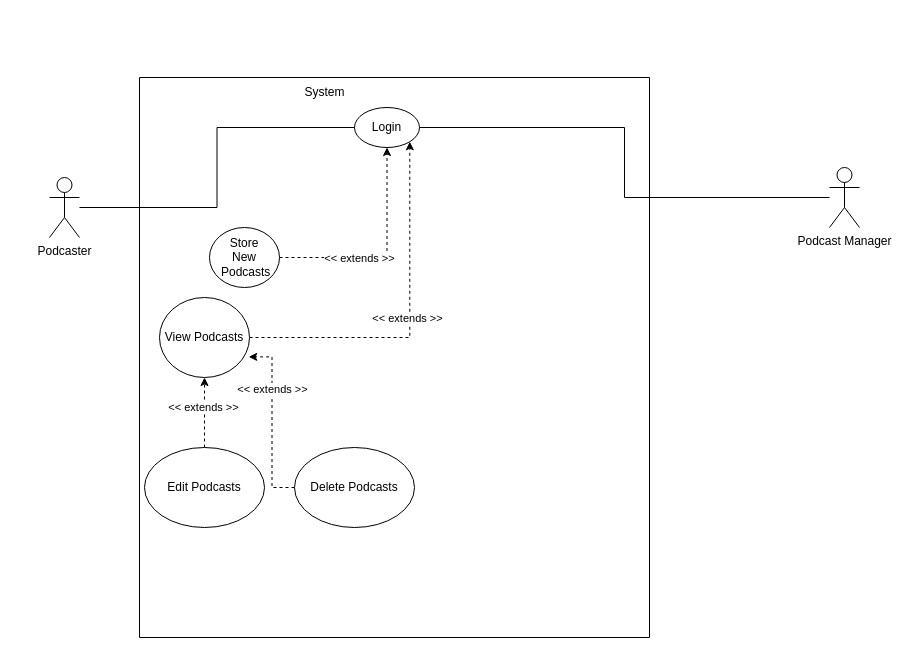
This is use-case-diagram.drawio from Glizzus/COMP-3700, a draw.io file, before an edit. Source tidied: cells renumbered, new cells numbered last; positions are measured from the earlier drawing's top-left corner, leaving out a move shared by most shapes. Both pictures are drawn from the tidied source at 100%, with x=0, y=0 at pixel (49, 77).
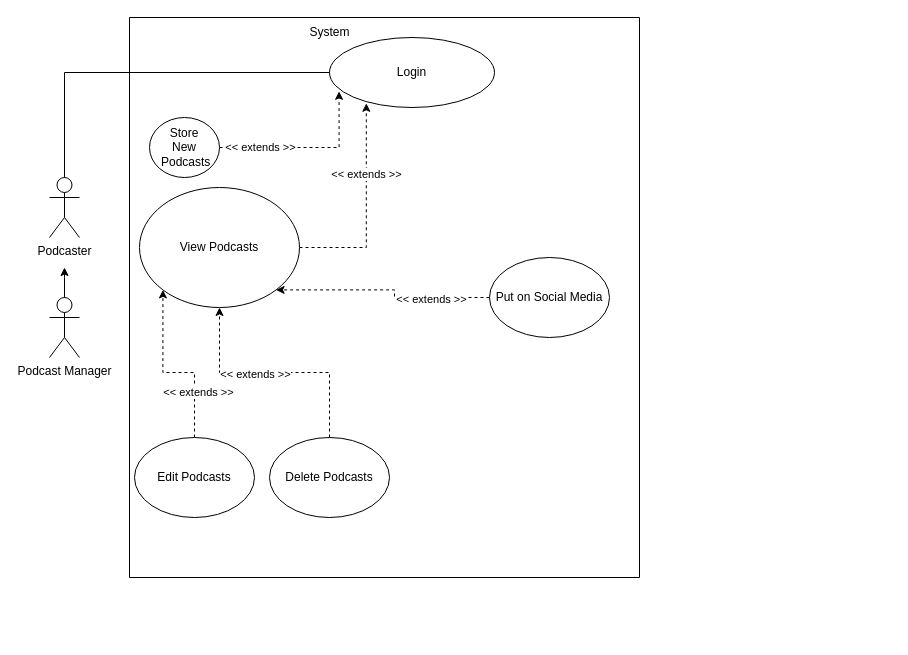
After the change.

Commit message:
finalized diagram

The change refers to these unchanged cells:
```xml
<mxCell id="18" value="Podcaster" style="shape=umlActor;verticalLabelPosition=bottom;verticalAlign=top;html=1;outlineConnect=0;" parent="1" vertex="1">
  <mxGeometry y="100" width="30" height="60" as="geometry" />
</mxCell>
```

Diff of the diagram source:
```diff
@@
     <mxCell id="2" style="swimlane;startSize=0;" parent="1" vertex="1">
-      <mxGeometry x="90" width="510" height="560" as="geometry" />
+      <mxGeometry x="80" y="-60" width="510" height="560" as="geometry" />
     </mxCell>
     <mxCell id="3" value="System" style="text;html=1;align=center;verticalAlign=middle;strokeColor=none;fillColor=none;" parent="2" vertex="1">
-      <mxGeometry x="155" width="60" height="30" as="geometry" />
+      <mxGeometry x="170" width="60" height="30" as="geometry" />
     </mxCell>
     <mxCell id="4" value="Login" style="ellipse;whiteSpace=wrap;html=1;" parent="2" vertex="1">
-      <mxGeometry x="215" y="30" width="65" height="40" as="geometry" />
+      <mxGeometry x="200" y="20" width="165" height="70" as="geometry" />
     </mxCell>
+    <mxCell id="6" style="edgeStyle=orthogonalEdgeStyle;rounded=0;jettySize=auto;html=1;entryX=0.058;entryY=0.769;entryDx=0;entryDy=0;entryPerimeter=0;dashed=1;" parent="2" edge="1" source="5" target="4">
+      <mxGeometry relative="1" as="geometry" />
+    </mxCell>
+    <mxCell id="21" value="&amp;lt;&amp;lt; extends &amp;gt;&amp;gt;" style="edgeLabel;html=1;align=center;verticalAlign=middle;" parent="6" vertex="1">
+      <mxGeometry x="-0.54" y="1" relative="1" as="geometry" />
+    </mxCell>
     <mxCell id="5" value="Store&lt;br&gt;New&lt;br&gt;&amp;nbsp;Podcasts" style="ellipse;whiteSpace=wrap;html=1;" parent="2" vertex="1">
-      <mxGeometry x="70" y="150" width="70" height="60" as="geometry" />
+      <mxGeometry x="20" y="100" width="70" height="60" as="geometry" />
     </mxCell>
-    <mxCell id="6" style="edgeStyle=orthogonalEdgeStyle;rounded=0;jettySize=auto;html=1;entryX=0.5;entryY=1;entryDx=0;entryDy=0;dashed=1;jumpSize=5;exitX=1;exitY=0.5;exitDx=0;exitDy=0;" parent="2" edge="1" source="5" target="4">
-      <mxGeometry relative="1" as="geometry" />
-    </mxCell>
-    <mxCell id="7" value="&amp;lt;&amp;lt; extends &amp;gt;&amp;gt;" style="edgeLabel;html=1;align=center;verticalAlign=middle;" parent="6" vertex="1">
-      <mxGeometry x="-0.07" relative="1" as="geometry">
-        <mxPoint x="-22" as="offset" />
-      </mxGeometry>
-    </mxCell>
-    <mxCell id="8" style="edgeStyle=orthogonalEdgeStyle;rounded=0;jettySize=auto;html=1;entryX=1;entryY=1;entryDx=0;entryDy=0;dashed=1;" parent="2" edge="1" source="10" target="4">
+    <mxCell id="8" style="edgeStyle=orthogonalEdgeStyle;rounded=0;jettySize=auto;html=1;entryX=0.223;entryY=0.94;entryDx=0;entryDy=0;entryPerimeter=0;dashed=1;" parent="2" edge="1" source="10" target="4">
       <mxGeometry relative="1" as="geometry" />
     </mxCell>
-    <mxCell id="9" value="&amp;lt;&amp;lt; extends &amp;gt;&amp;gt;" style="edgeLabel;html=1;align=center;verticalAlign=middle;" parent="8" vertex="1">
-      <mxGeometry x="0.01" y="3" relative="1" as="geometry" />
-    </mxCell>
+    <mxCell id="22" value="&amp;lt;&amp;lt; extends &amp;gt;&amp;gt;" style="edgeLabel;html=1;align=center;verticalAlign=middle;" parent="8" vertex="1">
+      <mxGeometry x="0.33" relative="1" as="geometry" />
+    </mxCell>
     <mxCell id="10" value="View Podcasts" style="ellipse;whiteSpace=wrap;html=1;" parent="2" vertex="1">
-      <mxGeometry x="20" y="220" width="90" height="80" as="geometry" />
+      <mxGeometry x="10" y="170" width="160" height="120" as="geometry" />
     </mxCell>
-    <mxCell id="11" style="edgeStyle=orthogonalEdgeStyle;rounded=0;jettySize=auto;html=1;entryX=0.5;entryY=1;entryDx=0;entryDy=0;dashed=1;" parent="2" edge="1" source="13" target="10">
+    <mxCell id="11" style="edgeStyle=orthogonalEdgeStyle;rounded=0;jettySize=auto;html=1;entryX=0;entryY=1;entryDx=0;entryDy=0;dashed=1;" parent="2" edge="1" source="13" target="10">
       <mxGeometry relative="1" as="geometry" />
     </mxCell>
-    <mxCell id="12" value="&amp;lt;&amp;lt; extends &amp;gt;&amp;gt;" style="edgeLabel;html=1;align=center;verticalAlign=middle;" parent="11" vertex="1">
-      <mxGeometry x="0.18" y="2" relative="1" as="geometry" />
-    </mxCell>
+    <mxCell id="23" value="&amp;lt;&amp;lt; extends &amp;gt;&amp;gt;" style="edgeLabel;html=1;align=center;verticalAlign=middle;" parent="11" vertex="1">
+      <mxGeometry x="-0.49" y="-3" relative="1" as="geometry" />
+    </mxCell>
     <mxCell id="13" value="Edit Podcasts" style="ellipse;whiteSpace=wrap;html=1;" parent="2" vertex="1">
-      <mxGeometry x="5" y="370" width="120" height="80" as="geometry" />
+      <mxGeometry x="5" y="420" width="120" height="80" as="geometry" />
     </mxCell>
-    <mxCell id="14" style="edgeStyle=orthogonalEdgeStyle;rounded=0;jettySize=auto;html=1;entryX=0.991;entryY=0.742;entryDx=0;entryDy=0;entryPerimeter=0;dashed=1;" parent="2" edge="1" source="16" target="10">
+    <mxCell id="14" style="edgeStyle=orthogonalEdgeStyle;rounded=0;jettySize=auto;html=1;dashed=1;" parent="2" edge="1" source="16" target="10">
       <mxGeometry relative="1" as="geometry" />
     </mxCell>
-    <mxCell id="15" value="&amp;lt;&amp;lt; extends &amp;gt;&amp;gt;" style="edgeLabel;html=1;align=center;verticalAlign=middle;" parent="14" vertex="1">
-      <mxGeometry x="0.38" relative="1" as="geometry">
-        <mxPoint y="1" as="offset" />
-      </mxGeometry>
-    </mxCell>
+    <mxCell id="24" value="&amp;lt;&amp;lt; extends &amp;gt;&amp;gt;" style="edgeLabel;html=1;align=center;verticalAlign=middle;" parent="14" vertex="1">
+      <mxGeometry x="0.17" y="1" relative="1" as="geometry" />
+    </mxCell>
     <mxCell id="16" value="Delete Podcasts" style="ellipse;whiteSpace=wrap;html=1;" parent="2" vertex="1">
-      <mxGeometry x="155" y="370" width="120" height="80" as="geometry" />
+      <mxGeometry x="140" y="420" width="120" height="80" as="geometry" />
     </mxCell>
+    <mxCell id="25" style="edgeStyle=orthogonalEdgeStyle;rounded=0;jettySize=auto;html=1;entryX=1;entryY=1;entryDx=0;entryDy=0;dashed=1;" parent="2" edge="1" source="27" target="10">
+      <mxGeometry relative="1" as="geometry" />
+    </mxCell>
+    <mxCell id="26" value="&amp;lt;&amp;lt; extends &amp;gt;&amp;gt;" style="edgeLabel;html=1;align=center;verticalAlign=middle;" parent="25" vertex="1">
+      <mxGeometry x="-0.47" y="1" relative="1" as="geometry" />
+    </mxCell>
+    <mxCell id="27" value="Put on Social Media" style="ellipse;whiteSpace=wrap;html=1;" parent="2" vertex="1">
+      <mxGeometry x="360" y="240" width="120" height="80" as="geometry" />
+    </mxCell>
-    <mxCell id="17" style="edgeStyle=orthogonalEdgeStyle;rounded=0;jettySize=auto;html=1;entryX=0;entryY=0.5;entryDx=0;entryDy=0;endArrow=none;endFill=0;" parent="1" edge="1" source="18" target="4">
-      <mxGeometry relative="1" as="geometry" />
+    <mxCell id="17" style="edgeStyle=orthogonalEdgeStyle;rounded=0;jettySize=auto;html=1;entryX=0;entryY=0.5;entryDx=0;entryDy=0;endArrow=none;endFill=0;" parent="2" edge="1" source="18" target="4">
+      <mxGeometry relative="1" as="geometry">
+        <Array as="points">
+          <mxPoint x="-65" y="55" />
+        </Array>
+      </mxGeometry>
     </mxCell>
@@
-    <mxCell id="19" style="edgeStyle=orthogonalEdgeStyle;rounded=0;jettySize=auto;html=1;entryX=1;entryY=0.5;entryDx=0;entryDy=0;endArrow=none;endFill=0;" parent="1" edge="1" source="20" target="4">
-      <mxGeometry relative="1" as="geometry" />
-    </mxCell>
+    <mxCell id="28" style="edgeStyle=orthogonalEdgeStyle;rounded=0;jettySize=auto;html=1;" parent="1" edge="1" source="20">
+      <mxGeometry relative="1" as="geometry">
+        <mxPoint x="15" y="190" as="targetPoint" />
+      </mxGeometry>
+    </mxCell>
     <mxCell id="20" value="Podcast Manager" style="shape=umlActor;verticalLabelPosition=bottom;verticalAlign=top;html=1;outlineConnect=0;" parent="1" vertex="1">
-      <mxGeometry x="780" y="90" width="30" height="60" as="geometry" />
+      <mxGeometry y="220" width="30" height="60" as="geometry" />
     </mxCell>
```
